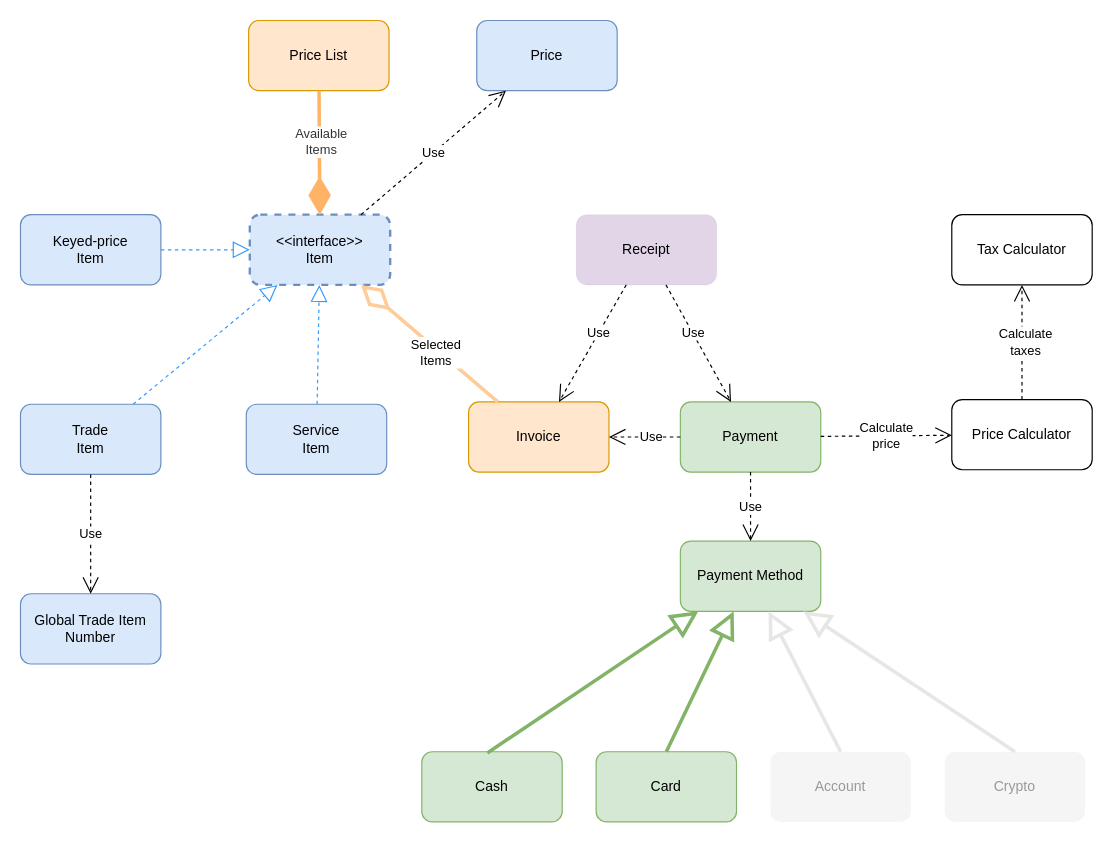
This is Portculis Cashier.drawio from 369neri/PortculisPOS, a draw.io file, before an edit. Source tidied: cells renumbered, new cells numbered last; positions are measured from the earlier drawing's top-left corner, leaving out a move shared by most shapes. Both pictures are drawn from the tidied source at 117%, with x=0, y=0 at pixel (20, 20).
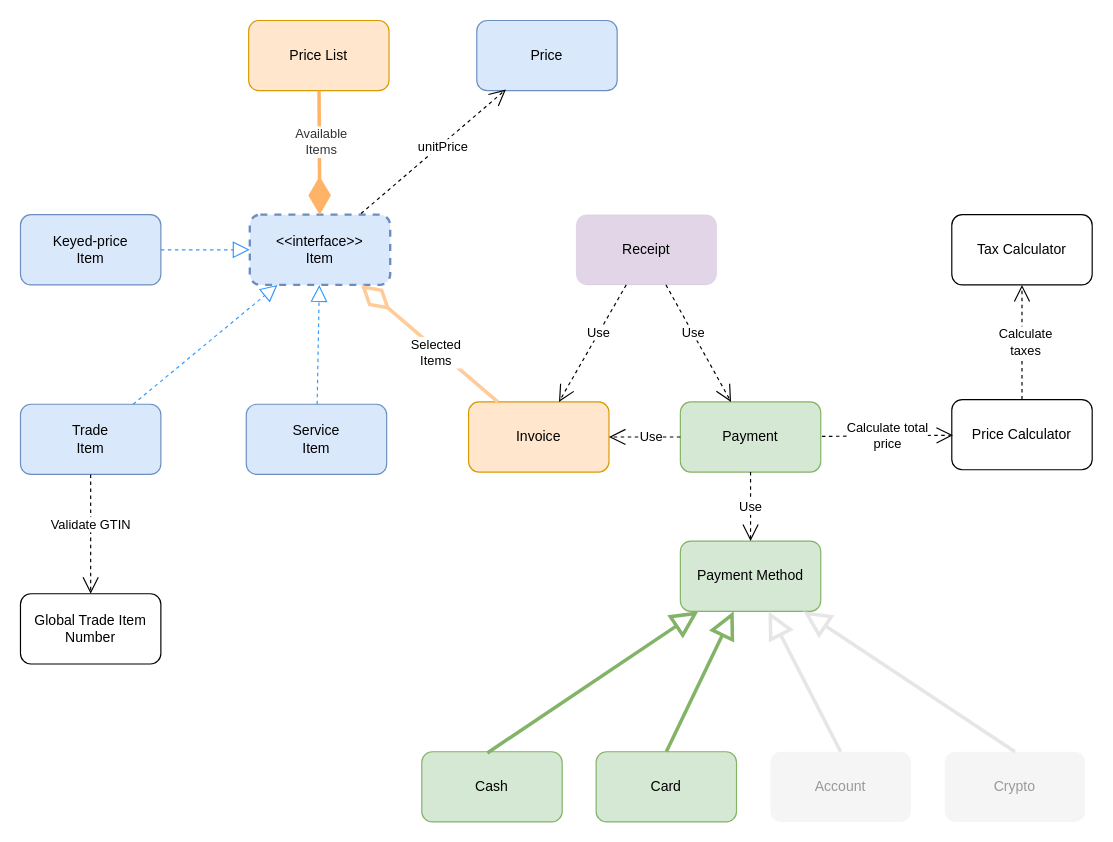
The same page after the edit.

The change refers to these unchanged cells:
```xml
<mxCell id="4" value="&amp;lt;&amp;lt;interface&amp;gt;&amp;gt;&lt;br&gt;Item" style="rounded=1;whiteSpace=wrap;html=1;fillColor=#dae8fc;strokeColor=#6c8ebf;strokeWidth=2;dashed=1;" parent="1" vertex="1">
  <mxGeometry x="196" y="166" width="120" height="60" as="geometry" />
</mxCell>
<mxCell id="5" value="Payment" style="rounded=1;whiteSpace=wrap;html=1;fillColor=#d5e8d4;strokeColor=#82b366;" parent="1" vertex="1">
  <mxGeometry x="564" y="326" width="120" height="60" as="geometry" />
</mxCell>
<mxCell id="11" value="Trade&lt;br&gt;Item" style="rounded=1;whiteSpace=wrap;html=1;fillColor=#dae8fc;strokeColor=#6c8ebf;" parent="1" vertex="1">
  <mxGeometry y="328" width="120" height="60" as="geometry" />
</mxCell>
<mxCell id="29" value="Price Calculator" style="rounded=1;whiteSpace=wrap;html=1;" parent="1" vertex="1">
  <mxGeometry x="796" y="324" width="120" height="60" as="geometry" />
</mxCell>
<mxCell id="34" value="Price" style="rounded=1;whiteSpace=wrap;html=1;fillColor=#dae8fc;strokeColor=#6c8ebf;" parent="1" vertex="1">
  <mxGeometry x="390" width="120" height="60" as="geometry" />
</mxCell>
```

Diff of the diagram source:
```diff
@@
-    <mxCell id="30" value="Calculate&lt;br&gt;price" style="endArrow=open;endSize=12;dashed=1;html=1;rounded=0;" parent="1" edge="1" source="5" target="29">
-      <mxGeometry relative="1" as="geometry" />
+    <mxCell id="30" value="Calculate total&lt;br&gt;price" style="endArrow=open;endSize=12;dashed=1;html=1;rounded=0;" parent="1" edge="1">
+      <mxGeometry relative="1" as="geometry">
+        <mxPoint x="685" y="355.5" as="sourcePoint" />
+        <mxPoint x="797" y="354.5" as="targetPoint" />
+      </mxGeometry>
     </mxCell>
@@
-    <mxCell id="35" value="Use" style="endArrow=open;endSize=12;dashed=1;html=1;rounded=0;" parent="1" edge="1" source="4" target="34">
-      <mxGeometry relative="1" as="geometry" />
+    <mxCell id="35" value="unitPrice" style="endArrow=open;endSize=12;dashed=1;html=1;rounded=0;" parent="1" edge="1">
+      <mxGeometry x="0.11" y="-2" relative="1" as="geometry">
+        <mxPoint x="291.1" y="165" as="sourcePoint" />
+        <mxPoint x="414.9" y="59" as="targetPoint" />
+      </mxGeometry>
     </mxCell>
-    <mxCell id="36" value="Global Trade Item Number" style="rounded=1;whiteSpace=wrap;html=1;fillColor=#dae8fc;strokeColor=#6c8ebf;" parent="1" vertex="1">
+    <mxCell id="36" value="Global Trade Item Number" style="rounded=1;whiteSpace=wrap;html=1;" parent="1" vertex="1">
       <mxGeometry y="490" width="120" height="60" as="geometry" />
     </mxCell>
-    <mxCell id="37" value="Use" style="endArrow=open;endSize=12;dashed=1;html=1;rounded=0;" parent="1" edge="1" source="11" target="36">
-      <mxGeometry relative="1" as="geometry" />
+    <mxCell id="37" value="Validate GTIN" style="endArrow=open;endSize=12;dashed=1;html=1;rounded=0;" parent="1" edge="1" source="11" target="36">
+      <mxGeometry x="-0.16" relative="1" as="geometry" />
     </mxCell>
```
